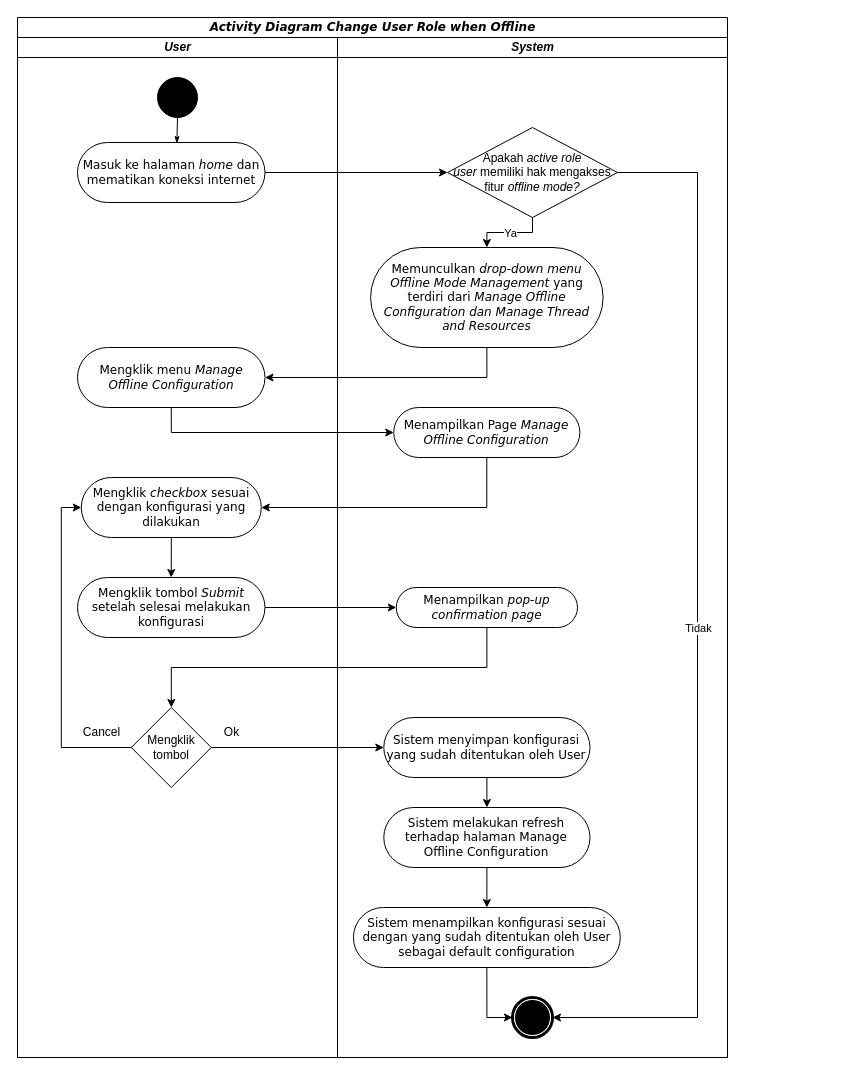
This is diagrams/02. change_user_role/Activity Diagram.drawio from angeliawidjaja/offline-mode-paper, a draw.io file, before an edit. Source tidied: cells renumbered, new cells numbered last; positions are measured from the earlier drawing's top-left corner, leaving out a move shared by most shapes. Both pictures are drawn from the tidied source at 100%, with x=0, y=0 at pixel (17, 17).
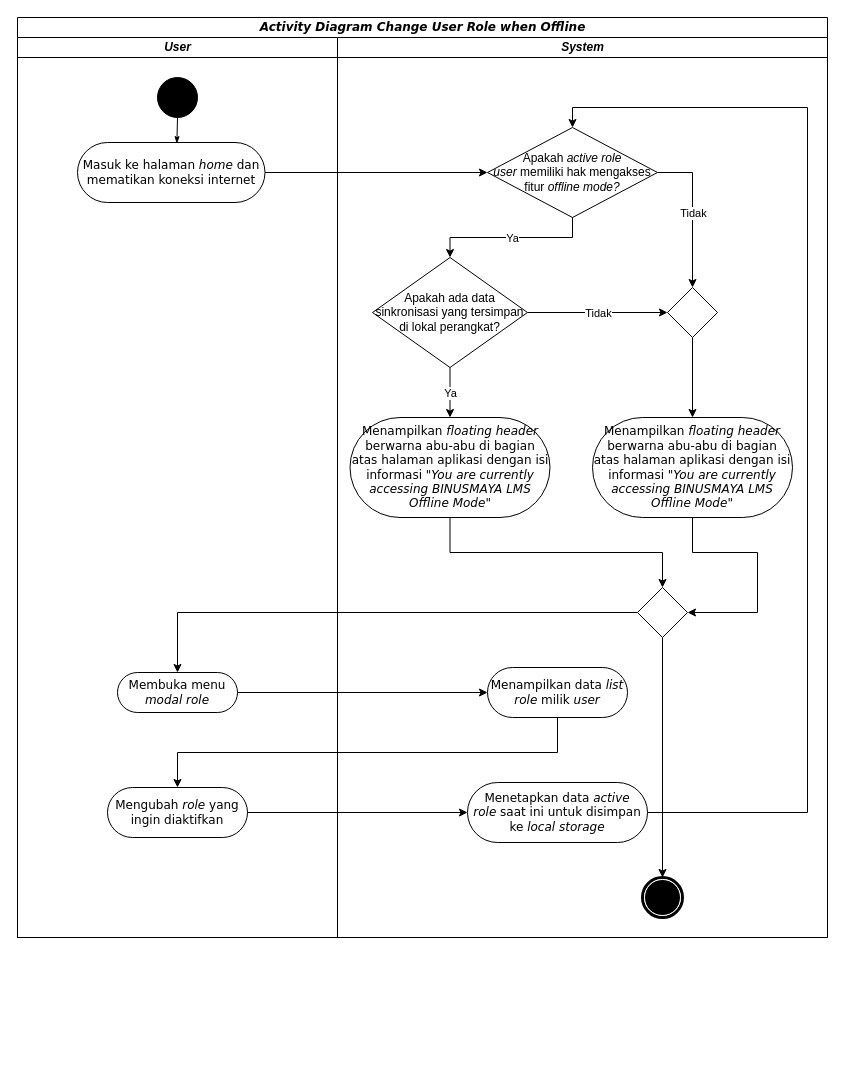
Above is the later version.

Change to the diagram source:
```diff
@@
     <mxCell id="2" value="&lt;i&gt;Activity Diagram&lt;/i&gt;&amp;nbsp;&lt;i&gt;Change User Role when Offline&lt;/i&gt;" style="swimlane;html=1;startSize=20;rounded=0;shadow=0;comic=0;labelBackgroundColor=none;strokeWidth=1;fontFamily=Verdana;fontSize=12;align=center;" parent="1" vertex="1">
-      <mxGeometry width="710" height="1040" as="geometry" />
+      <mxGeometry width="810" height="920" as="geometry" />
     </mxCell>
@@
     <mxCell id="4" value="&lt;i&gt;User&lt;/i&gt;" style="swimlane;html=1;startSize=20;" parent="2" vertex="1">
-      <mxGeometry y="20" width="320" height="1020" as="geometry" />
+      <mxGeometry y="20" width="320" height="900" as="geometry" />
     </mxCell>
@@
-    <mxCell id="8" value="Mengklik menu &lt;i&gt;Manage Offline Configuration&lt;/i&gt;" style="rounded=1;whiteSpace=wrap;html=1;shadow=0;comic=0;labelBackgroundColor=none;strokeWidth=1;fontFamily=Verdana;fontSize=12;align=center;arcSize=50;" parent="4" vertex="1">
-      <mxGeometry x="60" y="310" width="187.5" height="60" as="geometry" />
-    </mxCell>
-    <mxCell id="9" value="Mengklik &lt;i&gt;checkbox &lt;/i&gt;sesuai dengan konfigurasi yang dilakukan" style="rounded=1;whiteSpace=wrap;html=1;shadow=0;comic=0;labelBackgroundColor=none;strokeWidth=1;fontFamily=Verdana;fontSize=12;align=center;arcSize=50;" parent="4" vertex="1">
-      <mxGeometry x="63.8" y="440" width="180" height="60" as="geometry" />
-    </mxCell>
-    <mxCell id="10" value="Mengklik tombol &lt;i&gt;Submit &lt;/i&gt;setelah selesai melakukan konfigurasi" style="rounded=1;whiteSpace=wrap;html=1;shadow=0;comic=0;labelBackgroundColor=none;strokeWidth=1;fontFamily=Verdana;fontSize=12;align=center;arcSize=50;" parent="4" vertex="1">
-      <mxGeometry x="60" y="540" width="187.5" height="60" as="geometry" />
-    </mxCell>
-    <mxCell id="11" style="edgeStyle=orthogonalEdgeStyle;rounded=0;jettySize=auto;html=1;exitX=0.5;exitY=1;exitDx=0;exitDy=0;entryX=0.5;entryY=0;entryDx=0;entryDy=0;" parent="4" edge="1" source="9" target="10">
-      <mxGeometry relative="1" as="geometry" />
-    </mxCell>
-    <mxCell id="12" value="Cancel" style="text;html=1;align=center;verticalAlign=middle;strokeColor=none;fillColor=none;" parent="4" vertex="1">
-      <mxGeometry x="53.8" y="680" width="60" height="30" as="geometry" />
-    </mxCell>
-    <mxCell id="13" value="Ok" style="text;html=1;align=center;verticalAlign=middle;strokeColor=none;fillColor=none;" parent="4" vertex="1">
-      <mxGeometry x="193.8" y="680" width="40" height="30" as="geometry" />
-    </mxCell>
-    <mxCell id="14" value="Mengklik tombol" style="rhombus;whiteSpace=wrap;html=1;" parent="4" vertex="1">
-      <mxGeometry x="113.8" y="670" width="80" height="80" as="geometry" />
-    </mxCell>
-    <mxCell id="15" style="edgeStyle=orthogonalEdgeStyle;rounded=0;jettySize=auto;html=1;exitX=0;exitY=0.5;exitDx=0;exitDy=0;entryX=0;entryY=0.5;entryDx=0;entryDy=0;" parent="4" edge="1" source="14" target="9">
-      <mxGeometry relative="1" as="geometry" />
-    </mxCell>
+    <mxCell id="38" value="Membuka menu &lt;i&gt;modal&lt;/i&gt;&amp;nbsp;&lt;i&gt;role&lt;/i&gt;" style="rounded=1;whiteSpace=wrap;html=1;shadow=0;comic=0;labelBackgroundColor=none;strokeWidth=1;fontFamily=Verdana;fontSize=12;align=center;arcSize=50;" parent="4" vertex="1">
+      <mxGeometry x="100" y="635" width="120" height="40" as="geometry" />
+    </mxCell>
+    <mxCell id="39" value="Mengubah &lt;i&gt;role &lt;/i&gt;yang ingin diaktifkan" style="rounded=1;whiteSpace=wrap;html=1;shadow=0;comic=0;labelBackgroundColor=none;strokeWidth=1;fontFamily=Verdana;fontSize=12;align=center;arcSize=50;" parent="4" vertex="1">
+      <mxGeometry x="90" y="750" width="140" height="50" as="geometry" />
+    </mxCell>
+    <mxCell id="40" style="edgeStyle=orthogonalEdgeStyle;rounded=0;jettySize=auto;html=1;exitX=0;exitY=0.5;exitDx=0;exitDy=0;entryX=0.5;entryY=0;entryDx=0;entryDy=0;" parent="2" edge="1" source="56" target="38">
+      <mxGeometry relative="1" as="geometry" />
+    </mxCell>
+    <mxCell id="41" style="edgeStyle=orthogonalEdgeStyle;rounded=0;jettySize=auto;html=1;exitX=1;exitY=0.5;exitDx=0;exitDy=0;entryX=0;entryY=0.5;entryDx=0;entryDy=0;" parent="2" edge="1" source="38" target="57">
+      <mxGeometry relative="1" as="geometry" />
+    </mxCell>
+    <mxCell id="42" style="edgeStyle=orthogonalEdgeStyle;rounded=0;jettySize=auto;html=1;exitX=0.5;exitY=1;exitDx=0;exitDy=0;" parent="2" edge="1" source="57" target="39">
+      <mxGeometry relative="1" as="geometry" />
+    </mxCell>
+    <mxCell id="43" style="edgeStyle=orthogonalEdgeStyle;rounded=0;jettySize=auto;html=1;exitX=1;exitY=0.5;exitDx=0;exitDy=0;entryX=0;entryY=0.5;entryDx=0;entryDy=0;" parent="2" edge="1" source="39" target="59">
+      <mxGeometry relative="1" as="geometry" />
+    </mxCell>
     <mxCell id="16" value="&lt;i&gt;System&lt;/i&gt;" style="swimlane;html=1;startSize=20;" parent="2" vertex="1">
-      <mxGeometry x="320" y="20" width="390" height="1020" as="geometry" />
+      <mxGeometry x="320" y="20" width="490" height="900" as="geometry" />
     </mxCell>
     <mxCell id="17" style="shape=mxgraph.bpmn.shape;html=1;verticalLabelPosition=bottom;labelBackgroundColor=#ffffff;verticalAlign=top;perimeter=ellipsePerimeter;outline=end;symbol=terminate;rounded=0;shadow=0;comic=0;strokeWidth=1;fontFamily=Verdana;fontSize=12;align=center;" parent="16" vertex="1">
-      <mxGeometry x="175" y="960" width="40" height="40" as="geometry" />
+      <mxGeometry x="305" y="840" width="40" height="40" as="geometry" />
     </mxCell>
     <mxCell id="18" value="Apakah &lt;i&gt;active role user&lt;/i&gt;&amp;nbsp;memiliki hak mengakses fitur &lt;i&gt;offline mode?&lt;/i&gt;" style="rhombus;whiteSpace=wrap;html=1;" parent="16" vertex="1">
-      <mxGeometry x="110" y="90" width="170" height="90" as="geometry" />
+      <mxGeometry x="150" y="90" width="170" height="90" as="geometry" />
     </mxCell>
-    <mxCell id="19" value="Menampilkan Page &lt;i&gt;Manage Offline Configuration&lt;/i&gt;" style="rounded=1;whiteSpace=wrap;html=1;shadow=0;comic=0;labelBackgroundColor=none;strokeWidth=1;fontFamily=Verdana;fontSize=12;align=center;arcSize=50;" parent="16" vertex="1">
-      <mxGeometry x="56.2" y="370" width="186.2" height="50" as="geometry" />
-    </mxCell>
-    <mxCell id="20" style="endArrow=classic;html=1;rounded=0;exitX=0.5;exitY=1;exitDx=0;exitDy=0;entryX=0.5;entryY=0;entryDx=0;entryDy=0;edgeStyle=orthogonalEdgeStyle;" parent="16" edge="1" source="18" target="24">
+    <mxCell id="20" style="endArrow=classic;html=1;rounded=0;exitX=0.5;exitY=1;exitDx=0;exitDy=0;entryX=0.5;entryY=0;entryDx=0;entryDy=0;edgeStyle=orthogonalEdgeStyle;" parent="16" edge="1" source="18" target="44">
       <mxGeometry relative="1" as="geometry" />
     </mxCell>
@@
-    <mxCell id="22" style="endArrow=classic;html=1;rounded=0;exitX=1;exitY=0.5;exitDx=0;exitDy=0;edgeStyle=orthogonalEdgeStyle;entryX=1;entryY=0.5;entryDx=0;entryDy=0;" parent="16" edge="1" source="18" target="17">
+    <mxCell id="22" style="endArrow=classic;html=1;rounded=0;exitX=1;exitY=0.5;exitDx=0;exitDy=0;edgeStyle=orthogonalEdgeStyle;entryX=0.5;entryY=0;entryDx=0;entryDy=0;" parent="16" edge="1" source="18" target="46">
       <mxGeometry relative="1" as="geometry">
         <Array as="points">
-          <mxPoint x="360" y="135" />
-          <mxPoint x="360" y="980" />
+          <mxPoint x="355" y="135" />
         </Array>
       </mxGeometry>
     </mxCell>
@@
-    <mxCell id="24" value="Memunculkan &lt;i&gt;drop-down menu Offline Mode Management &lt;/i&gt;yang terdiri dari &lt;i&gt;Manage Offline Configuration dan Manage Thread and Resources&lt;/i&gt;" style="rounded=1;whiteSpace=wrap;html=1;shadow=0;comic=0;labelBackgroundColor=none;strokeWidth=1;fontFamily=Verdana;fontSize=12;align=center;arcSize=50;" parent="16" vertex="1">
-      <mxGeometry x="33.1" y="210" width="232.5" height="100" as="geometry" />
-    </mxCell>
-    <mxCell id="25" value="Menampilkan &lt;i&gt;pop-up confirmation page&lt;/i&gt;" style="rounded=1;whiteSpace=wrap;html=1;shadow=0;comic=0;labelBackgroundColor=none;strokeWidth=1;fontFamily=Verdana;fontSize=12;align=center;arcSize=50;" parent="16" vertex="1">
-      <mxGeometry x="58.8" y="550" width="181.2" height="40" as="geometry" />
-    </mxCell>
-    <mxCell id="26" value="Sistem menyimpan konfigurasi yang sudah ditentukan oleh User" style="rounded=1;whiteSpace=wrap;html=1;shadow=0;comic=0;labelBackgroundColor=none;strokeWidth=1;fontFamily=Verdana;fontSize=12;align=center;arcSize=50;" parent="16" vertex="1">
-      <mxGeometry x="46.3" y="680" width="206.2" height="60" as="geometry" />
-    </mxCell>
-    <mxCell id="27" style="edgeStyle=orthogonalEdgeStyle;rounded=0;jettySize=auto;html=1;exitX=0.5;exitY=1;exitDx=0;exitDy=0;entryX=0.5;entryY=0;entryDx=0;entryDy=0;" parent="16" edge="1" source="26" target="29">
-      <mxGeometry relative="1" as="geometry" />
-    </mxCell>
-    <mxCell id="28" style="edgeStyle=orthogonalEdgeStyle;rounded=0;jettySize=auto;html=1;exitX=0.5;exitY=1;exitDx=0;exitDy=0;entryX=0.5;entryY=0;entryDx=0;entryDy=0;" parent="16" edge="1" source="29" target="31">
-      <mxGeometry relative="1" as="geometry" />
-    </mxCell>
-    <mxCell id="29" value="Sistem melakukan refresh terhadap halaman Manage Offline Configuration" style="rounded=1;whiteSpace=wrap;html=1;shadow=0;comic=0;labelBackgroundColor=none;strokeWidth=1;fontFamily=Verdana;fontSize=12;align=center;arcSize=50;" parent="16" vertex="1">
-      <mxGeometry x="46.3" y="770" width="206.2" height="60" as="geometry" />
-    </mxCell>
-    <mxCell id="30" style="edgeStyle=orthogonalEdgeStyle;rounded=0;jettySize=auto;html=1;exitX=0.5;exitY=1;exitDx=0;exitDy=0;entryX=0;entryY=0.5;entryDx=0;entryDy=0;" parent="16" edge="1" source="31" target="17">
-      <mxGeometry relative="1" as="geometry" />
-    </mxCell>
-    <mxCell id="31" value="Sistem menampilkan konfigurasi sesuai dengan yang sudah ditentukan oleh User sebagai default configuration" style="rounded=1;whiteSpace=wrap;html=1;shadow=0;comic=0;labelBackgroundColor=none;strokeWidth=1;fontFamily=Verdana;fontSize=12;align=center;arcSize=50;" parent="16" vertex="1">
-      <mxGeometry x="15.9" y="870" width="266.9" height="60" as="geometry" />
-    </mxCell>
-    <mxCell id="32" style="edgeStyle=orthogonalEdgeStyle;rounded=0;jettySize=auto;html=1;exitX=0.5;exitY=1;exitDx=0;exitDy=0;entryX=1;entryY=0.5;entryDx=0;entryDy=0;" parent="2" edge="1" source="24" target="8">
-      <mxGeometry relative="1" as="geometry" />
-    </mxCell>
-    <mxCell id="33" style="edgeStyle=orthogonalEdgeStyle;rounded=0;jettySize=auto;html=1;exitX=0.5;exitY=1;exitDx=0;exitDy=0;entryX=0;entryY=0.5;entryDx=0;entryDy=0;" parent="2" edge="1" source="8" target="19">
-      <mxGeometry relative="1" as="geometry" />
-    </mxCell>
-    <mxCell id="34" style="edgeStyle=orthogonalEdgeStyle;rounded=0;jettySize=auto;html=1;exitX=0.5;exitY=1;exitDx=0;exitDy=0;entryX=1;entryY=0.5;entryDx=0;entryDy=0;" parent="2" edge="1" source="19" target="9">
-      <mxGeometry relative="1" as="geometry" />
-    </mxCell>
-    <mxCell id="35" style="edgeStyle=orthogonalEdgeStyle;rounded=0;jettySize=auto;html=1;exitX=1;exitY=0.5;exitDx=0;exitDy=0;entryX=0;entryY=0.5;entryDx=0;entryDy=0;" parent="2" edge="1" source="10" target="25">
-      <mxGeometry relative="1" as="geometry" />
-    </mxCell>
-    <mxCell id="36" style="edgeStyle=orthogonalEdgeStyle;rounded=0;jettySize=auto;html=1;exitX=0.5;exitY=1;exitDx=0;exitDy=0;entryX=0.5;entryY=0;entryDx=0;entryDy=0;" parent="2" edge="1" source="25" target="14">
-      <mxGeometry relative="1" as="geometry" />
-    </mxCell>
-    <mxCell id="37" style="edgeStyle=orthogonalEdgeStyle;rounded=0;jettySize=auto;html=1;exitX=1;exitY=0.5;exitDx=0;exitDy=0;entryX=0;entryY=0.5;entryDx=0;entryDy=0;" parent="2" edge="1" source="14" target="26">
-      <mxGeometry relative="1" as="geometry" />
-    </mxCell>
+    <mxCell id="44" value="Apakah ada data sinkronisasi yang tersimpan di lokal perangkat?" style="rhombus;whiteSpace=wrap;html=1;" parent="16" vertex="1">
+      <mxGeometry x="35" y="220" width="155" height="110" as="geometry" />
+    </mxCell>
+    <mxCell id="45" style="edgeStyle=orthogonalEdgeStyle;rounded=0;jettySize=auto;html=1;exitX=0.5;exitY=1;exitDx=0;exitDy=0;entryX=0.5;entryY=0;entryDx=0;entryDy=0;" parent="16" edge="1" source="46" target="52">
+      <mxGeometry relative="1" as="geometry" />
+    </mxCell>
+    <mxCell id="46" style="rhombus;whiteSpace=wrap;html=1;" parent="16" vertex="1">
+      <mxGeometry x="330" y="250" width="50" height="50" as="geometry" />
+    </mxCell>
+    <mxCell id="47" style="endArrow=classic;html=1;rounded=0;exitX=1;exitY=0.5;exitDx=0;exitDy=0;edgeStyle=orthogonalEdgeStyle;entryX=0;entryY=0.5;entryDx=0;entryDy=0;" parent="16" edge="1" source="44" target="46">
+      <mxGeometry relative="1" as="geometry" />
+    </mxCell>
+    <mxCell id="48" value="Tidak" style="edgeLabel;html=1;align=center;verticalAlign=middle;" parent="47" vertex="1">
+      <mxGeometry relative="1" as="geometry" />
+    </mxCell>
+    <mxCell id="49" style="edgeStyle=orthogonalEdgeStyle;rounded=0;jettySize=auto;html=1;exitX=0.5;exitY=1;exitDx=0;exitDy=0;entryX=0.5;entryY=0;entryDx=0;entryDy=0;" parent="16" edge="1" source="50" target="56">
+      <mxGeometry relative="1" as="geometry" />
+    </mxCell>
+    <mxCell id="50" value="Menampilkan &lt;i&gt;floating header &lt;/i&gt;berwarna abu-abu di bagian atas halaman aplikasi dengan isi informasi &quot;&lt;i&gt;You are currently accessing BINUSMAYA LMS Offline Mode&lt;/i&gt;&quot;" style="rounded=1;whiteSpace=wrap;html=1;shadow=0;comic=0;labelBackgroundColor=none;strokeWidth=1;fontFamily=Verdana;fontSize=12;align=center;arcSize=50;" parent="16" vertex="1">
+      <mxGeometry x="12.5" y="380" width="200" height="100" as="geometry" />
+    </mxCell>
+    <mxCell id="51" style="edgeStyle=orthogonalEdgeStyle;rounded=0;jettySize=auto;html=1;exitX=0.5;exitY=1;exitDx=0;exitDy=0;entryX=1;entryY=0.5;entryDx=0;entryDy=0;" parent="16" edge="1" source="52" target="56">
+      <mxGeometry relative="1" as="geometry">
+        <Array as="points">
+          <mxPoint x="355" y="515" />
+          <mxPoint x="420" y="515" />
+          <mxPoint x="420" y="575" />
+        </Array>
+      </mxGeometry>
+    </mxCell>
+    <mxCell id="52" value="Menampilkan &lt;i&gt;floating header &lt;/i&gt;berwarna abu-abu di bagian atas halaman aplikasi dengan isi informasi &quot;&lt;i&gt;You are currently accessing BINUSMAYA LMS Offline Mode&lt;/i&gt;&quot;" style="rounded=1;whiteSpace=wrap;html=1;shadow=0;comic=0;labelBackgroundColor=none;strokeWidth=1;fontFamily=Verdana;fontSize=12;align=center;arcSize=50;" parent="16" vertex="1">
+      <mxGeometry x="255" y="380" width="200" height="100" as="geometry" />
+    </mxCell>
+    <mxCell id="53" style="endArrow=classic;html=1;rounded=0;exitX=0.5;exitY=1;exitDx=0;exitDy=0;entryX=0.5;entryY=0;entryDx=0;entryDy=0;edgeStyle=orthogonalEdgeStyle;" parent="16" edge="1" source="44" target="50">
+      <mxGeometry relative="1" as="geometry" />
+    </mxCell>
+    <mxCell id="54" value="Ya" style="edgeLabel;html=1;align=center;verticalAlign=middle;" parent="53" vertex="1">
+      <mxGeometry relative="1" as="geometry" />
+    </mxCell>
+    <mxCell id="55" style="edgeStyle=orthogonalEdgeStyle;rounded=0;jettySize=auto;html=1;exitX=0.5;exitY=1;exitDx=0;exitDy=0;entryX=0.5;entryY=0;entryDx=0;entryDy=0;" parent="16" edge="1" source="56" target="17">
+      <mxGeometry relative="1" as="geometry" />
+    </mxCell>
+    <mxCell id="56" style="rhombus;whiteSpace=wrap;html=1;" parent="16" vertex="1">
+      <mxGeometry x="300" y="550" width="50" height="50" as="geometry" />
+    </mxCell>
+    <mxCell id="57" value="Menampilkan data &lt;i&gt;list role&lt;/i&gt;&amp;nbsp;milik &lt;i&gt;user&lt;/i&gt;" style="rounded=1;whiteSpace=wrap;html=1;shadow=0;comic=0;labelBackgroundColor=none;strokeWidth=1;fontFamily=Verdana;fontSize=12;align=center;arcSize=50;" parent="16" vertex="1">
+      <mxGeometry x="150" y="630" width="140" height="50" as="geometry" />
+    </mxCell>
+    <mxCell id="58" style="edgeStyle=orthogonalEdgeStyle;rounded=0;jettySize=auto;html=1;exitX=1;exitY=0.5;exitDx=0;exitDy=0;entryX=0.5;entryY=0;entryDx=0;entryDy=0;" parent="16" edge="1" source="59" target="18">
+      <mxGeometry relative="1" as="geometry">
+        <Array as="points">
+          <mxPoint x="470" y="775" />
+          <mxPoint x="470" y="70" />
+          <mxPoint x="235" y="70" />
+        </Array>
+      </mxGeometry>
+    </mxCell>
+    <mxCell id="59" value="Menetapkan data &lt;i&gt;active role&lt;/i&gt;&amp;nbsp;saat ini untuk disimpan ke &lt;i&gt;local storage&lt;/i&gt;" style="rounded=1;whiteSpace=wrap;html=1;shadow=0;comic=0;labelBackgroundColor=none;strokeWidth=1;fontFamily=Verdana;fontSize=12;align=center;arcSize=50;" parent="16" vertex="1">
+      <mxGeometry x="130" y="745" width="180" height="60" as="geometry" />
+    </mxCell>
```
